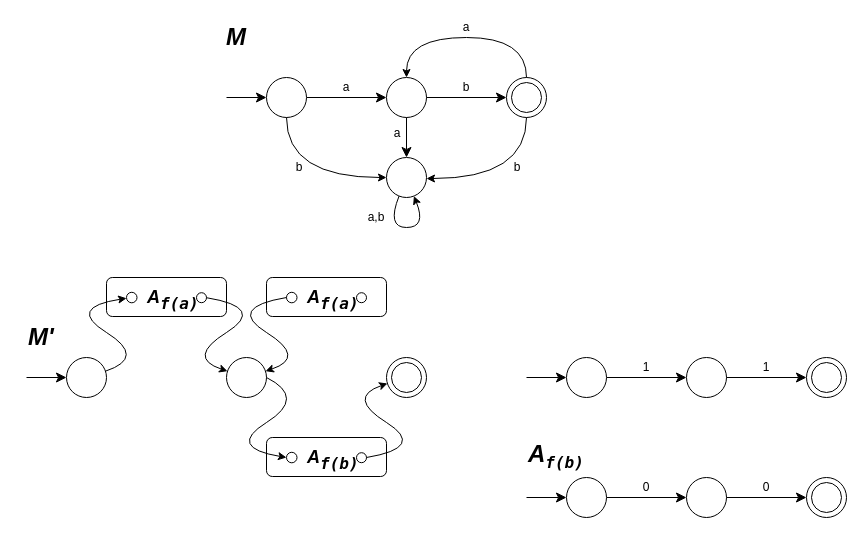
Before: page "P1.66" (6 of 7) of Introduction.to.the.Theory.of.Computation.3e/Figures/Firgures.drawio in mehshan/tcs, a draw.io diagram. Source tidied: cells renumbered, new cells numbered last; positions are measured from the earlier drawing's top-left corner, leaving out a move shared by most shapes. Both pictures are drawn from the tidied source at 100%, with x=0, y=0 at pixel (26, 17).
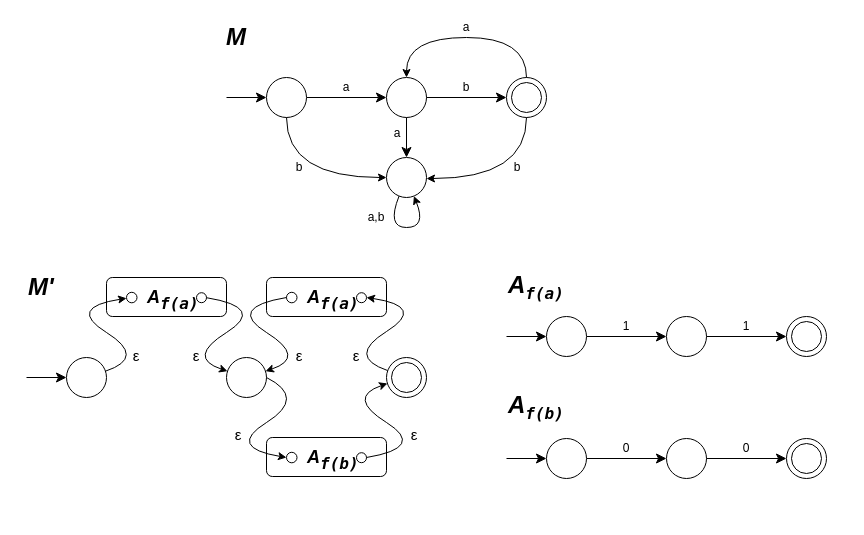
After the change.

What changed in the source:
```diff
@@
     <mxCell id="30" value="M'" style="text;align=left;verticalAlign=middle;whiteSpace=wrap;rounded=0;fontSize=24;textShadow=0;html=1;fontStyle=3;" parent="1" vertex="1">
-      <mxGeometry y="310" width="50" height="20" as="geometry" />
+      <mxGeometry y="260" width="50" height="20" as="geometry" />
     </mxCell>
     <mxCell id="31" style="ellipse;whiteSpace=wrap;html=1;" parent="1" vertex="1">
-      <mxGeometry x="660" y="340" width="40" height="40" as="geometry" />
+      <mxGeometry x="640" y="299" width="40" height="40" as="geometry" />
     </mxCell>
     <mxCell id="32" style="group;" parent="1" vertex="1">
-      <mxGeometry x="780" y="340" width="40" height="40" as="geometry" />
+      <mxGeometry x="760" y="299" width="40" height="40" as="geometry" />
     </mxCell>
@@
     <mxCell id="36" value="1" style="text;html=1;align=center;verticalAlign=middle;whiteSpace=wrap;rounded=0;" parent="1" vertex="1">
-      <mxGeometry x="730" y="340" width="20" height="20" as="geometry" />
+      <mxGeometry x="710" y="299" width="20" height="20" as="geometry" />
     </mxCell>
     <mxCell id="37" style="endArrow=classic;html=1;rounded=0;strokeWidth=1;endSize=8;" parent="1" edge="1" target="40">
       <mxGeometry relative="1" as="geometry">
-        <mxPoint x="500" y="360" as="sourcePoint" />
+        <mxPoint x="480" y="319" as="sourcePoint" />
       </mxGeometry>
     </mxCell>
@@
     <mxCell id="39" value="1" style="text;html=1;align=center;verticalAlign=middle;whiteSpace=wrap;rounded=0;" parent="1" vertex="1">
-      <mxGeometry x="610" y="340" width="20" height="20" as="geometry" />
+      <mxGeometry x="590" y="299" width="20" height="20" as="geometry" />
     </mxCell>
     <mxCell id="40" style="ellipse;whiteSpace=wrap;html=1;" parent="1" vertex="1">
-      <mxGeometry x="540" y="340" width="40" height="40" as="geometry" />
+      <mxGeometry x="520" y="299" width="40" height="40" as="geometry" />
     </mxCell>
     <mxCell id="41" style="ellipse;whiteSpace=wrap;html=1;" parent="1" vertex="1">
-      <mxGeometry x="660" y="460" width="40" height="40" as="geometry" />
+      <mxGeometry x="640" y="421" width="40" height="40" as="geometry" />
     </mxCell>
     <mxCell id="42" style="group;" parent="1" vertex="1">
-      <mxGeometry x="780" y="460" width="40" height="40" as="geometry" />
+      <mxGeometry x="760" y="421" width="40" height="40" as="geometry" />
     </mxCell>
@@
     <mxCell id="46" value="0" style="text;html=1;align=center;verticalAlign=middle;whiteSpace=wrap;rounded=0;" parent="1" vertex="1">
-      <mxGeometry x="730" y="460" width="20" height="20" as="geometry" />
+      <mxGeometry x="710" y="421" width="20" height="20" as="geometry" />
     </mxCell>
     <mxCell id="47" style="endArrow=classic;html=1;rounded=0;strokeWidth=1;endSize=8;" parent="1" edge="1" target="50">
       <mxGeometry relative="1" as="geometry">
-        <mxPoint x="500" y="480" as="sourcePoint" />
+        <mxPoint x="480" y="441" as="sourcePoint" />
       </mxGeometry>
     </mxCell>
@@
     <mxCell id="49" value="0" style="text;html=1;align=center;verticalAlign=middle;whiteSpace=wrap;rounded=0;" parent="1" vertex="1">
-      <mxGeometry x="610" y="460" width="20" height="20" as="geometry" />
+      <mxGeometry x="590" y="421" width="20" height="20" as="geometry" />
     </mxCell>
     <mxCell id="50" style="ellipse;whiteSpace=wrap;html=1;" parent="1" vertex="1">
-      <mxGeometry x="540" y="460" width="40" height="40" as="geometry" />
+      <mxGeometry x="520" y="421" width="40" height="40" as="geometry" />
     </mxCell>
     <mxCell id="51" value="A&lt;sub&gt;&lt;font face=&quot;Lucida Console&quot; style=&quot;font-size: 16px;&quot;&gt;f(b)&lt;/font&gt;&lt;/sub&gt;" style="text;align=left;verticalAlign=middle;whiteSpace=wrap;rounded=0;fontSize=24;textShadow=0;html=1;fontStyle=3;" parent="1" vertex="1">
-      <mxGeometry x="500" y="429" width="50" height="20" as="geometry" />
+      <mxGeometry x="480" y="380" width="50" height="20" as="geometry" />
     </mxCell>
@@
+    <mxCell id="72" style="curved=1;endArrow=classic;html=1;rounded=0;" parent="1" edge="1">
+      <mxGeometry relative="1" as="geometry">
+        <mxPoint x="361" y="353" as="sourcePoint" />
+        <mxPoint x="340" y="280" as="targetPoint" />
+        <Array as="points">
+          <mxPoint x="320" y="339" />
+          <mxPoint x="400" y="289" />
+        </Array>
+      </mxGeometry>
+    </mxCell>
+    <mxCell id="73" value="&lt;font style=&quot;font-size: 15px;&quot;&gt;ε&lt;/font&gt;" style="text;html=1;align=center;verticalAlign=bottom;whiteSpace=wrap;rounded=0;" parent="1" vertex="1">
+      <mxGeometry x="100" y="330" width="20" height="20" as="geometry" />
+    </mxCell>
+    <mxCell id="74" value="&lt;font style=&quot;font-size: 15px;&quot;&gt;ε&lt;/font&gt;" style="text;html=1;align=center;verticalAlign=bottom;whiteSpace=wrap;rounded=0;" parent="1" vertex="1">
+      <mxGeometry x="160" y="330" width="20" height="20" as="geometry" />
+    </mxCell>
+    <mxCell id="75" value="&lt;font style=&quot;font-size: 15px;&quot;&gt;ε&lt;/font&gt;" style="text;html=1;align=center;verticalAlign=bottom;whiteSpace=wrap;rounded=0;" parent="1" vertex="1">
+      <mxGeometry x="263" y="330" width="20" height="20" as="geometry" />
+    </mxCell>
+    <mxCell id="76" value="&lt;font style=&quot;font-size: 15px;&quot;&gt;ε&lt;/font&gt;" style="text;html=1;align=center;verticalAlign=bottom;whiteSpace=wrap;rounded=0;" parent="1" vertex="1">
+      <mxGeometry x="320" y="330" width="20" height="20" as="geometry" />
+    </mxCell>
+    <mxCell id="77" value="&lt;font style=&quot;font-size: 15px;&quot;&gt;ε&lt;/font&gt;" style="text;html=1;align=center;verticalAlign=bottom;whiteSpace=wrap;rounded=0;" parent="1" vertex="1">
+      <mxGeometry x="202" y="409" width="20" height="20" as="geometry" />
+    </mxCell>
+    <mxCell id="78" value="&lt;font style=&quot;font-size: 15px;&quot;&gt;ε&lt;/font&gt;" style="text;html=1;align=center;verticalAlign=bottom;whiteSpace=wrap;rounded=0;" parent="1" vertex="1">
+      <mxGeometry x="378" y="409" width="20" height="20" as="geometry" />
+    </mxCell>
+    <mxCell id="79" value="A&lt;sub&gt;&lt;font face=&quot;Lucida Console&quot; style=&quot;font-size: 16px;&quot;&gt;f(a)&lt;/font&gt;&lt;/sub&gt;" style="text;align=left;verticalAlign=middle;whiteSpace=wrap;rounded=0;fontSize=24;textShadow=0;html=1;fontStyle=3;" parent="1" vertex="1">
+      <mxGeometry x="480" y="260" width="50" height="20" as="geometry" />
+    </mxCell>
```
